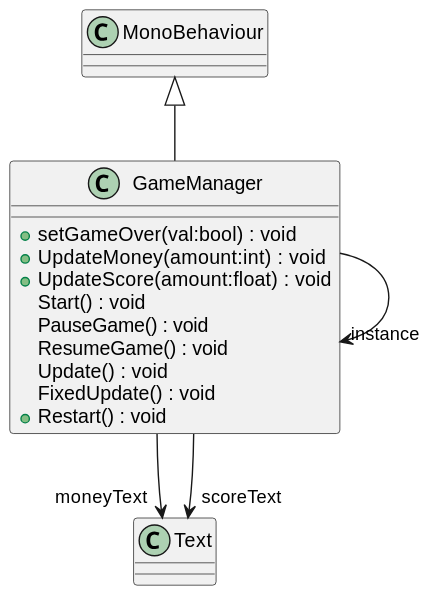
Earlier version of the PlantUML export UML/TempleRun/Assets/Scripts/GameManager.svg (mariapreda19/ProiectMDS). The source it was exported from:
```plantuml
@startuml
class GameManager {
    + setGameOver(val:bool) : void
    + UpdateMoney(amount:int) : void
    + UpdateScore(amount:float) : void
    Start() : void
    PauseGame() : void
    ResumeGame() : void
    Update() : void
    FixedUpdate() : void
    + Restart() : void
}
MonoBehaviour <|-- GameManager
GameManager --> "moneyText" Text
GameManager --> "scoreText" Text
GameManager --> "instance" GameManager
@enduml
```
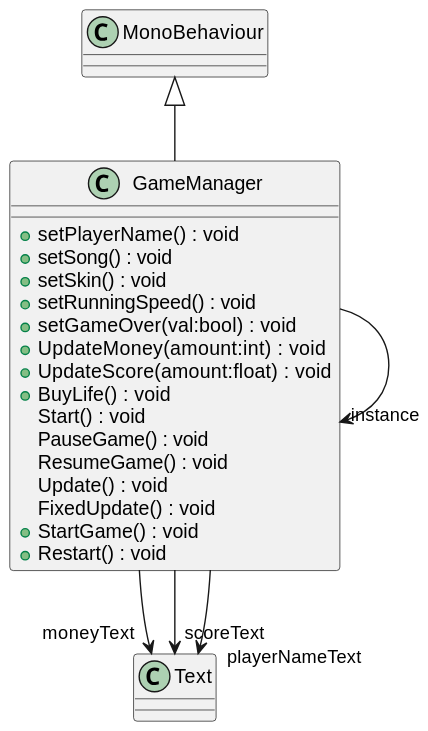
The same diagram one commit later.

The edit, as a diff of the source:
```diff
@@ -1,17 +1,24 @@
 @startuml
 class GameManager {
+    + setPlayerName() : void
+    + setSong() : void
+    + setSkin() : void
+    + setRunningSpeed() : void
     + setGameOver(val:bool) : void
     + UpdateMoney(amount:int) : void
     + UpdateScore(amount:float) : void
+    + BuyLife() : void
     Start() : void
     PauseGame() : void
     ResumeGame() : void
     Update() : void
     FixedUpdate() : void
+    + StartGame() : void
     + Restart() : void
 }
 MonoBehaviour <|-- GameManager
 GameManager --> "moneyText" Text
 GameManager --> "scoreText" Text
+GameManager --> "playerNameText" Text
 GameManager --> "instance" GameManager
 @enduml
```
